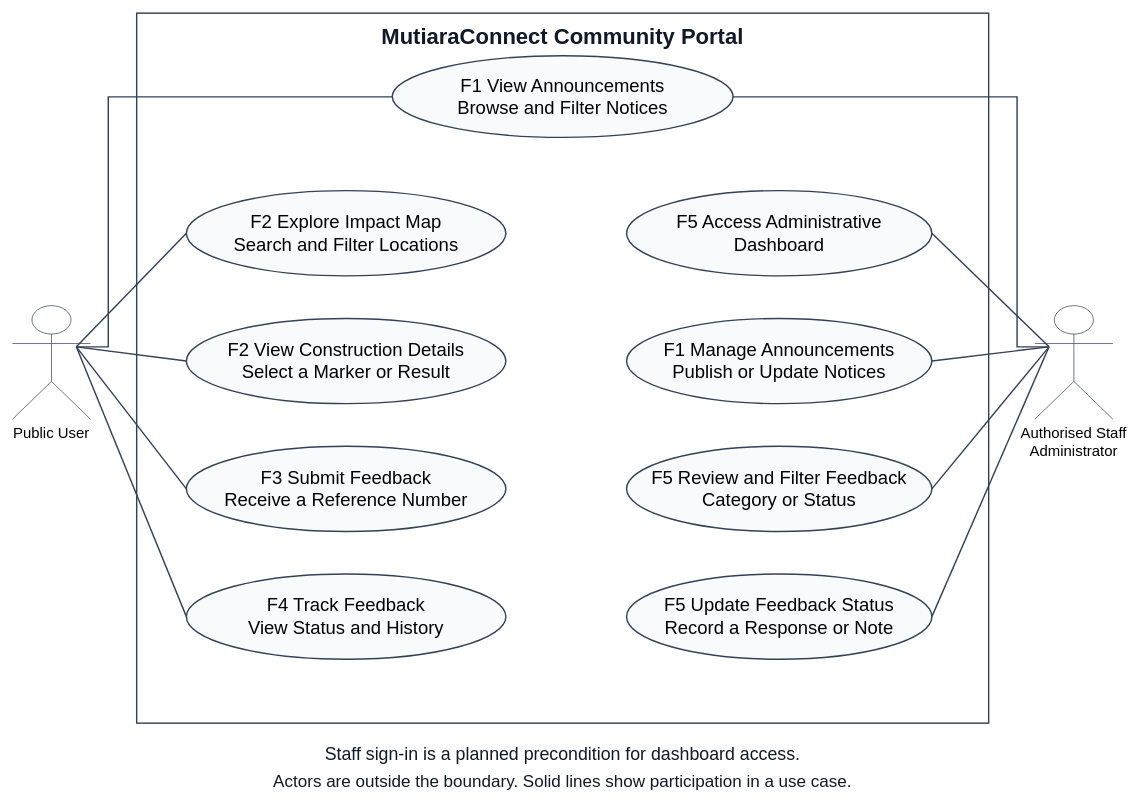
The draw.io diagram docs/member2/diagrams/Use_Case_Diagram.drawio in gyxiii/penang-lrt-community-platform, before the edit. Source tidied: cells renumbered, new cells numbered last; positions are measured from the earlier drawing's top-left corner, leaving out a move shared by most shapes. Both pictures are drawn from the tidied source at 71%, with x=0, y=0 at pixel (12, 13).
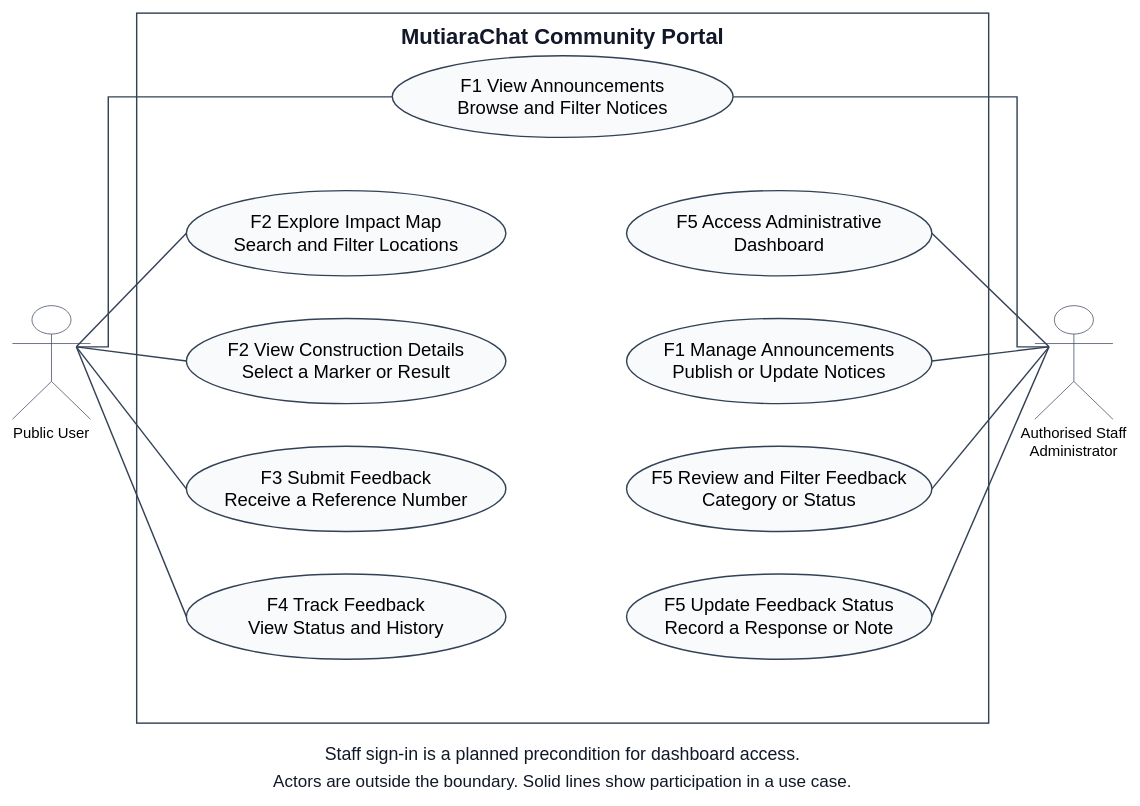
The same page after the edit.

The edit, as a diff of the source:
```diff
@@
-    <mxCell id="3" value="MutiaraConnect Community Portal" style="text;html=0;align=center;verticalAlign=middle;whiteSpace=wrap;rounded=0;fontSize=31;fontFamily=Arial;fontColor=#111827;fontStyle=1;strokeColor=none;fillColor=none;" parent="1" vertex="1">
+    <mxCell id="3" value="MutiaraChat Community Portal" style="text;html=0;align=center;verticalAlign=middle;whiteSpace=wrap;rounded=0;fontSize=31;fontFamily=Arial;fontColor=#111827;fontStyle=1;strokeColor=none;fillColor=none;" parent="1" vertex="1">
       <mxGeometry x="505.9" y="11" width="538.2" height="43.4" as="geometry" />
     </mxCell>
```
